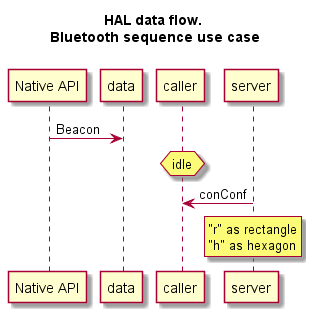
The PlantUML diagram arch/hal-data-flow.png in Dima2407/indoor, before a commit. Its diagram source:
```plantuml
@startuml


skinparam backgroundColor transparent





title HAL data flow. \n Bluetooth sequence use case \n

participant "Native API" as NAPI
NAPI -> data : Beacon


hnote over caller : idle
caller <- server : conConf
rnote over server
 "r" as rectangle
 "h" as hexagon
endrnote





@enduml
```
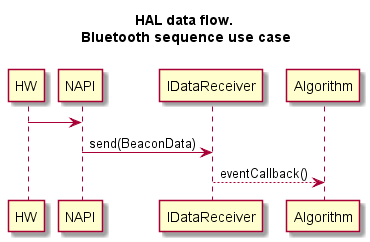
After the commit.

Commit message:
HAL data flow to algorithm and renders.

The edit, as a diff of the source:
```diff
@@ -9,16 +9,12 @@
 
 title HAL data flow. \n Bluetooth sequence use case \n
 
+HW -> NAPI
 participant "Native API" as NAPI
-NAPI -> data : Beacon
+NAPI -> IDataReceiver : send(BeaconData)
+IDataReceiver --> Algorithm : eventCallback()
 
 
-hnote over caller : idle
-caller <- server : conConf
-rnote over server
- "r" as rectangle
- "h" as hexagon
-endrnote
 
 
 
```
